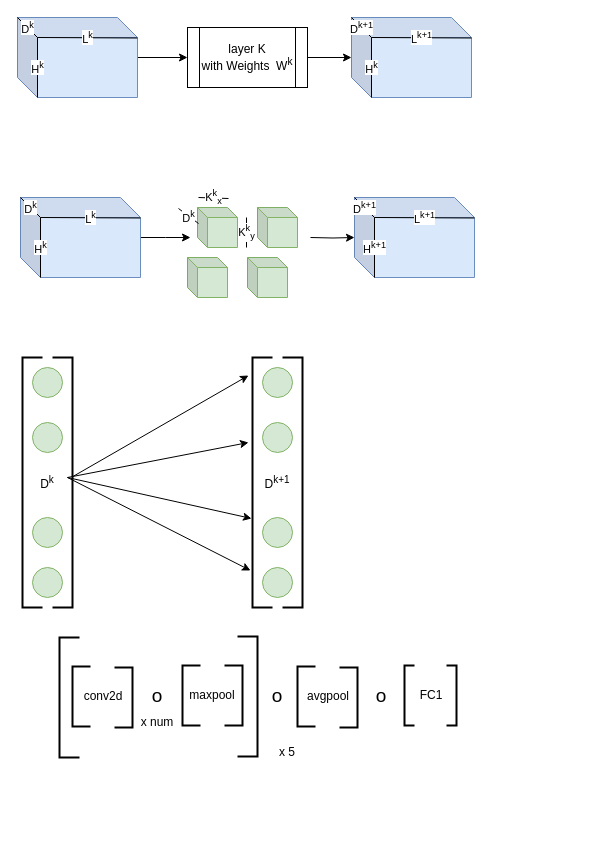
Above: nn_metric_system.drawio in jtirana98/TestFramework (draw.io), before the change. Source tidied: cells renumbered, new cells numbered last; positions are measured from the earlier drawing's top-left corner, leaving out a move shared by most shapes. Both pictures are drawn from the tidied source at 100%, with x=0, y=0 at pixel (17, 17).
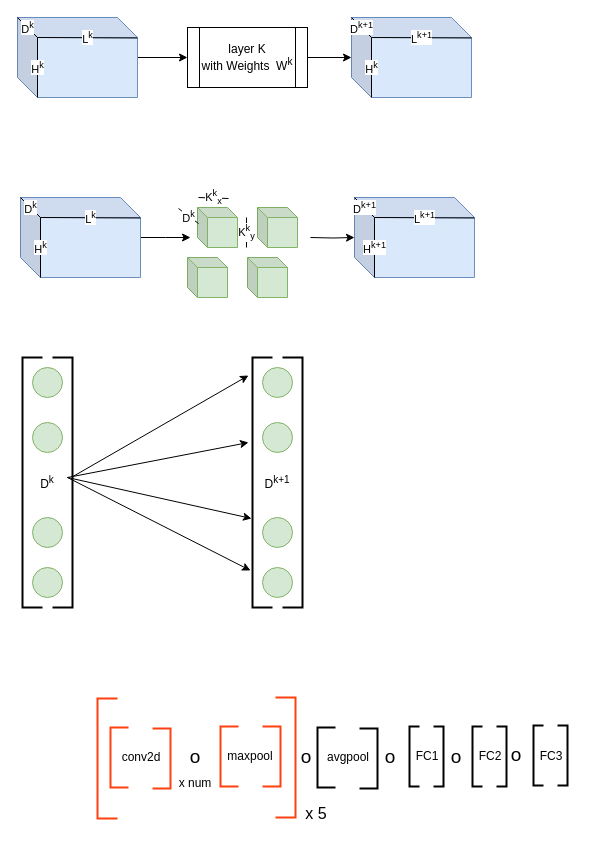
The same diagram, later.

Change to the diagram source:
```diff
@@
-    <mxCell id="48" style="strokeWidth=2;html=1;shape=mxgraph.flowchart.annotation_1;align=left;" parent="1" vertex="1">
-      <mxGeometry x="42" y="620" width="20" height="120" as="geometry" />
+    <mxCell id="48" style="strokeWidth=2;html=1;shape=mxgraph.flowchart.annotation_1;align=left;fillColor=none;strokeColor=#FF4112;" parent="1" vertex="1">
+      <mxGeometry x="80" y="681" width="20" height="120" as="geometry" />
     </mxCell>
-    <mxCell id="49" style="strokeWidth=2;html=1;shape=mxgraph.flowchart.annotation_1;align=left;rotation=-180;" parent="1" vertex="1">
-      <mxGeometry x="220" y="619" width="20" height="120" as="geometry" />
+    <mxCell id="49" style="strokeWidth=2;html=1;shape=mxgraph.flowchart.annotation_1;align=left;rotation=-180;fillColor=none;strokeColor=#FF4112;" parent="1" vertex="1">
+      <mxGeometry x="258" y="680" width="20" height="120" as="geometry" />
     </mxCell>
-    <mxCell id="50" style="strokeWidth=2;html=1;shape=mxgraph.flowchart.annotation_1;align=left;" parent="1" vertex="1">
-      <mxGeometry x="55" y="649" width="18" height="60" as="geometry" />
+    <mxCell id="50" style="strokeWidth=2;html=1;shape=mxgraph.flowchart.annotation_1;align=left;fillColor=none;strokeColor=#FF4112;" parent="1" vertex="1">
+      <mxGeometry x="93" y="710" width="18" height="60" as="geometry" />
     </mxCell>
-    <mxCell id="51" style="strokeWidth=2;html=1;shape=mxgraph.flowchart.annotation_1;align=left;rotation=-180;" parent="1" vertex="1">
-      <mxGeometry x="97" y="650" width="18" height="60" as="geometry" />
+    <mxCell id="51" style="strokeWidth=2;html=1;shape=mxgraph.flowchart.annotation_1;align=left;rotation=-180;fillColor=none;strokeColor=#FF4112;" parent="1" vertex="1">
+      <mxGeometry x="135" y="711" width="18" height="60" as="geometry" />
     </mxCell>
     <mxCell id="52" value="conv2d" style="text;html=1;strokeColor=none;fillColor=none;align=center;verticalAlign=middle;whiteSpace=wrap;rounded=0;" parent="1" vertex="1">
-      <mxGeometry x="56" y="664" width="60" height="30" as="geometry" />
+      <mxGeometry x="94" y="725" width="60" height="30" as="geometry" />
     </mxCell>
-    <mxCell id="53" value="x 5" style="text;html=1;strokeColor=none;fillColor=none;align=center;verticalAlign=middle;whiteSpace=wrap;rounded=0;" parent="1" vertex="1">
-      <mxGeometry x="240" y="720" width="60" height="30" as="geometry" />
+    <mxCell id="53" value="&lt;font style=&quot;font-size: 16px;&quot;&gt;x 5&lt;/font&gt;" style="text;html=1;strokeColor=none;fillColor=none;align=center;verticalAlign=middle;whiteSpace=wrap;rounded=0;" parent="1" vertex="1">
+      <mxGeometry x="269" y="781" width="60" height="30" as="geometry" />
     </mxCell>
     <mxCell id="54" value="x num" style="text;html=1;strokeColor=none;fillColor=none;align=center;verticalAlign=middle;whiteSpace=wrap;rounded=0;" parent="1" vertex="1">
-      <mxGeometry x="110" y="690" width="60" height="30" as="geometry" />
+      <mxGeometry x="148" y="751" width="60" height="30" as="geometry" />
     </mxCell>
     <mxCell id="55" value="&lt;font style=&quot;font-size: 19px;&quot;&gt;o&lt;/font&gt;" style="text;html=1;strokeColor=none;fillColor=none;align=center;verticalAlign=middle;whiteSpace=wrap;rounded=0;" parent="1" vertex="1">
-      <mxGeometry x="110" y="664" width="60" height="30" as="geometry" />
+      <mxGeometry x="148" y="725" width="60" height="30" as="geometry" />
     </mxCell>
-    <mxCell id="56" style="strokeWidth=2;html=1;shape=mxgraph.flowchart.annotation_1;align=left;" parent="1" vertex="1">
-      <mxGeometry x="165" y="648" width="18" height="60" as="geometry" />
+    <mxCell id="56" style="strokeWidth=2;html=1;shape=mxgraph.flowchart.annotation_1;align=left;fillColor=none;strokeColor=#FF4112;" parent="1" vertex="1">
+      <mxGeometry x="203" y="709" width="18" height="60" as="geometry" />
     </mxCell>
-    <mxCell id="57" style="strokeWidth=2;html=1;shape=mxgraph.flowchart.annotation_1;align=left;rotation=-180;" parent="1" vertex="1">
-      <mxGeometry x="207" y="648" width="18" height="60" as="geometry" />
+    <mxCell id="57" style="strokeWidth=2;html=1;shape=mxgraph.flowchart.annotation_1;align=left;rotation=-180;fillColor=none;strokeColor=#FF4112;" parent="1" vertex="1">
+      <mxGeometry x="245" y="709" width="18" height="60" as="geometry" />
     </mxCell>
     <mxCell id="58" value="maxpool" style="text;html=1;strokeColor=none;fillColor=none;align=center;verticalAlign=middle;whiteSpace=wrap;rounded=0;" parent="1" vertex="1">
-      <mxGeometry x="165" y="663" width="60" height="30" as="geometry" />
+      <mxGeometry x="203" y="724" width="60" height="30" as="geometry" />
     </mxCell>
     <mxCell id="59" value="&lt;font style=&quot;font-size: 19px;&quot;&gt;o&lt;/font&gt;" style="text;html=1;strokeColor=none;fillColor=none;align=center;verticalAlign=middle;whiteSpace=wrap;rounded=0;" parent="1" vertex="1">
-      <mxGeometry x="230" y="664" width="60" height="30" as="geometry" />
+      <mxGeometry x="259" y="725" width="60" height="30" as="geometry" />
     </mxCell>
     <mxCell id="60" style="strokeWidth=2;html=1;shape=mxgraph.flowchart.annotation_1;align=left;" parent="1" vertex="1">
-      <mxGeometry x="280" y="649" width="18" height="60" as="geometry" />
+      <mxGeometry x="300" y="710" width="18" height="60" as="geometry" />
     </mxCell>
     <mxCell id="61" style="strokeWidth=2;html=1;shape=mxgraph.flowchart.annotation_1;align=left;rotation=-180;" parent="1" vertex="1">
-      <mxGeometry x="322" y="650" width="18" height="60" as="geometry" />
+      <mxGeometry x="342" y="711" width="18" height="60" as="geometry" />
     </mxCell>
     <mxCell id="62" value="avgpool" style="text;html=1;strokeColor=none;fillColor=none;align=center;verticalAlign=middle;whiteSpace=wrap;rounded=0;" parent="1" vertex="1">
-      <mxGeometry x="281" y="664" width="60" height="30" as="geometry" />
+      <mxGeometry x="301" y="725" width="60" height="30" as="geometry" />
     </mxCell>
     <mxCell id="63" value="&lt;font style=&quot;font-size: 19px;&quot;&gt;o&lt;/font&gt;" style="text;html=1;strokeColor=none;fillColor=none;align=center;verticalAlign=middle;whiteSpace=wrap;rounded=0;" parent="1" vertex="1">
-      <mxGeometry x="334" y="664" width="60" height="30" as="geometry" />
+      <mxGeometry x="343" y="725" width="60" height="30" as="geometry" />
     </mxCell>
     <mxCell id="64" style="strokeWidth=2;html=1;shape=mxgraph.flowchart.annotation_1;align=left;" parent="1" vertex="1">
-      <mxGeometry x="387" y="648" width="10" height="60" as="geometry" />
+      <mxGeometry x="392" y="709" width="10" height="60" as="geometry" />
     </mxCell>
-    <mxCell id="65" style="strokeWidth=2;html=1;shape=mxgraph.flowchart.annotation_1;align=left;rotation=-180;" parent="1" vertex="1">
-      <mxGeometry x="429" y="648" width="10" height="60" as="geometry" />
-    </mxCell>
     <mxCell id="66" value="FC1" style="text;html=1;strokeColor=none;fillColor=none;align=center;verticalAlign=middle;whiteSpace=wrap;rounded=0;" parent="1" vertex="1">
-      <mxGeometry x="388" y="663" width="52" height="30" as="geometry" />
+      <mxGeometry x="384" y="724" width="52" height="30" as="geometry" />
     </mxCell>
+    <mxCell id="67" style="strokeWidth=2;html=1;shape=mxgraph.flowchart.annotation_1;align=left;rotation=-180;" parent="1" vertex="1">
+      <mxGeometry x="416" y="709" width="10" height="60" as="geometry" />
+    </mxCell>
+    <mxCell id="68" value="&lt;font style=&quot;font-size: 19px;&quot;&gt;o&lt;/font&gt;" style="text;html=1;strokeColor=none;fillColor=none;align=center;verticalAlign=middle;whiteSpace=wrap;rounded=0;" parent="1" vertex="1">
+      <mxGeometry x="409" y="725" width="60" height="30" as="geometry" />
+    </mxCell>
+    <mxCell id="69" style="strokeWidth=2;html=1;shape=mxgraph.flowchart.annotation_1;align=left;" parent="1" vertex="1">
+      <mxGeometry x="455" y="709" width="10" height="60" as="geometry" />
+    </mxCell>
+    <mxCell id="70" value="FC2" style="text;html=1;strokeColor=none;fillColor=none;align=center;verticalAlign=middle;whiteSpace=wrap;rounded=0;" parent="1" vertex="1">
+      <mxGeometry x="447" y="724" width="52" height="30" as="geometry" />
+    </mxCell>
+    <mxCell id="71" style="strokeWidth=2;html=1;shape=mxgraph.flowchart.annotation_1;align=left;rotation=-180;" parent="1" vertex="1">
+      <mxGeometry x="479" y="709" width="10" height="60" as="geometry" />
+    </mxCell>
+    <mxCell id="72" style="strokeWidth=2;html=1;shape=mxgraph.flowchart.annotation_1;align=left;" parent="1" vertex="1">
+      <mxGeometry x="516" y="708" width="10" height="60" as="geometry" />
+    </mxCell>
+    <mxCell id="73" value="FC3" style="text;html=1;strokeColor=none;fillColor=none;align=center;verticalAlign=middle;whiteSpace=wrap;rounded=0;" parent="1" vertex="1">
+      <mxGeometry x="508" y="724" width="52" height="30" as="geometry" />
+    </mxCell>
+    <mxCell id="74" style="strokeWidth=2;html=1;shape=mxgraph.flowchart.annotation_1;align=left;rotation=-180;" parent="1" vertex="1">
+      <mxGeometry x="540" y="708" width="10" height="60" as="geometry" />
+    </mxCell>
+    <mxCell id="75" value="&lt;font style=&quot;font-size: 19px;&quot;&gt;o&lt;/font&gt;" style="text;html=1;strokeColor=none;fillColor=none;align=center;verticalAlign=middle;whiteSpace=wrap;rounded=0;" parent="1" vertex="1">
+      <mxGeometry x="469" y="723" width="60" height="30" as="geometry" />
+    </mxCell>
```
